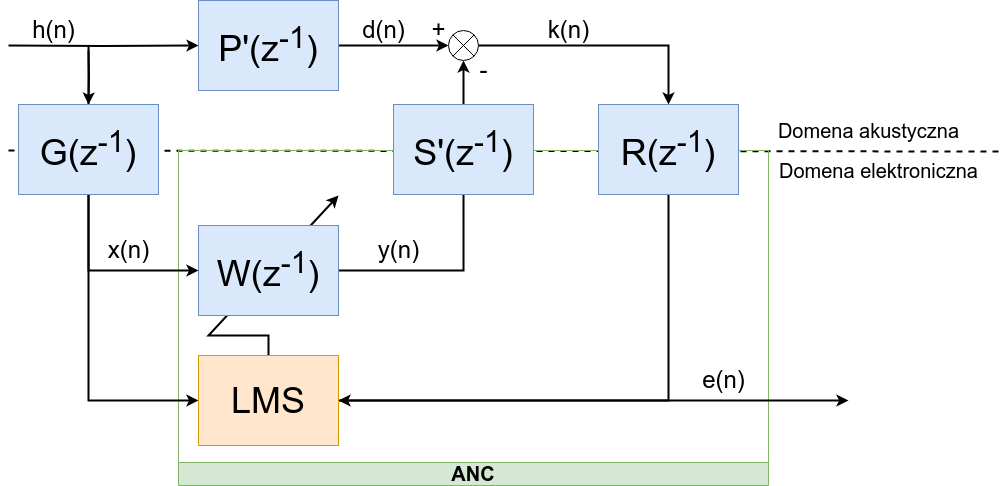
Earlier version of the draw.io export docs/polsl/thesis/graf/analysis/scheme_3.png (kopiecki/anc). Source tidied: cells renumbered, new cells last; positions are measured from the earlier drawing's top-left corner, leaving out a move shared by most shapes. Source of this version:
```xml
<mxGraphModel>
  <root>
    <mxCell id="0" />
    <mxCell id="1" parent="0" />
    <mxCell id="2" style="endArrow=none;dashed=1;html=1;strokeWidth=2;rounded=0;" parent="1" edge="1">
      <mxGeometry relative="1" as="geometry">
        <mxPoint y="150" as="sourcePoint" />
        <mxPoint x="990" y="151" as="targetPoint" />
      </mxGeometry>
    </mxCell>
    <mxCell id="3" value="&lt;font style=&quot;font-size: 20px;&quot;&gt;ANC&lt;/font&gt;" style="swimlane;whiteSpace=wrap;html=1;direction=west;fillColor=#d5e8d4;strokeColor=#82b366;" parent="1" vertex="1">
      <mxGeometry x="170" y="150" width="590" height="335" as="geometry" />
    </mxCell>
    <mxCell id="4" value="y(n)" style="text;html=1;align=center;verticalAlign=middle;strokeColor=none;fillColor=none;fontSize=24;" parent="3" vertex="1">
      <mxGeometry x="190" y="80" width="60" height="40" as="geometry" />
    </mxCell>
    <mxCell id="5" value="e(n)" style="text;html=1;align=center;verticalAlign=middle;strokeColor=none;fillColor=none;fontSize=24;" parent="3" vertex="1">
      <mxGeometry x="510" y="210" width="70" height="40" as="geometry" />
    </mxCell>
    <mxCell id="6" style="edgeStyle=orthogonalEdgeStyle;rounded=0;jettySize=auto;html=1;exitX=1;exitY=1;exitDx=0;exitDy=0;exitPerimeter=0;strokeWidth=2;entryX=0;entryY=0.5;entryDx=0;entryDy=0;" parent="1" edge="1" source="18" target="23">
      <mxGeometry relative="1" as="geometry">
        <Array as="points">
          <mxPoint x="80" y="400" />
        </Array>
      </mxGeometry>
    </mxCell>
    <mxCell id="7" style="endArrow=classic;html=1;rounded=0;exitX=0.5;exitY=0;exitDx=0;exitDy=0;strokeWidth=2;" parent="1" edge="1" source="23">
      <mxGeometry relative="1" as="geometry">
        <mxPoint x="330" y="195" as="targetPoint" />
        <Array as="points">
          <mxPoint x="260" y="335" />
          <mxPoint x="200" y="335" />
        </Array>
      </mxGeometry>
    </mxCell>
    <mxCell id="8" style="edgeStyle=orthogonalEdgeStyle;rounded=0;jettySize=auto;html=1;strokeWidth=2;" parent="1" edge="1" target="10">
      <mxGeometry relative="1" as="geometry">
        <mxPoint y="45" as="sourcePoint" />
      </mxGeometry>
    </mxCell>
    <mxCell id="9" style="edgeStyle=orthogonalEdgeStyle;rounded=0;jettySize=auto;html=1;entryX=0;entryY=0.5;entryDx=0;entryDy=0;strokeWidth=2;" parent="1" edge="1" source="10" target="15">
      <mxGeometry relative="1" as="geometry" />
    </mxCell>
    <mxCell id="10" value="P'(z&lt;sup&gt;-1&lt;/sup&gt;)" style="rounded=0;whiteSpace=wrap;html=1;fontSize=36;fillColor=#dae8fc;strokeColor=#6c8ebf;" parent="1" vertex="1">
      <mxGeometry x="190" width="140" height="90" as="geometry" />
    </mxCell>
    <mxCell id="11" style="edgeStyle=orthogonalEdgeStyle;rounded=0;jettySize=auto;html=1;strokeWidth=2;entryX=0.5;entryY=0;entryDx=0;entryDy=0;" parent="1" edge="1" target="31">
      <mxGeometry relative="1" as="geometry">
        <mxPoint x="80" y="46" as="sourcePoint" />
      </mxGeometry>
    </mxCell>
    <mxCell id="12" style="edgeStyle=orthogonalEdgeStyle;rounded=0;jettySize=auto;html=1;entryX=0.5;entryY=1;entryDx=0;entryDy=0;strokeWidth=2;" parent="1" edge="1" source="13" target="15">
      <mxGeometry relative="1" as="geometry" />
    </mxCell>
    <mxCell id="13" value="&lt;span style=&quot;font-weight: normal;&quot;&gt;W(z&lt;sup style=&quot;border-color: var(--border-color);&quot;&gt;-1&lt;/sup&gt;)&lt;/span&gt;" style="rounded=0;whiteSpace=wrap;html=1;fontSize=36;fontStyle=1;fillColor=#dae8fc;strokeColor=#6c8ebf;" parent="1" vertex="1">
      <mxGeometry x="190" y="225" width="140" height="90" as="geometry" />
    </mxCell>
    <mxCell id="14" style="group;" parent="1" vertex="1">
      <mxGeometry x="440" y="30" width="30" height="30" as="geometry" />
    </mxCell>
    <mxCell id="15" style="ellipse;whiteSpace=wrap;html=1;" parent="14" vertex="1">
      <mxGeometry width="30" height="30" as="geometry" />
    </mxCell>
    <mxCell id="16" style="endArrow=none;html=1;rounded=0;entryX=1;entryY=0;entryDx=0;entryDy=0;exitX=0;exitY=1;exitDx=0;exitDy=0;" parent="14" edge="1" source="15" target="15">
      <mxGeometry relative="1" as="geometry" />
    </mxCell>
    <mxCell id="17" style="endArrow=none;html=1;rounded=0;entryX=0;entryY=0;entryDx=0;entryDy=0;exitX=1;exitY=1;exitDx=0;exitDy=0;" parent="14" edge="1" source="15" target="15">
      <mxGeometry relative="1" as="geometry" />
    </mxCell>
    <mxCell id="18" value="h(n)" style="text;html=1;align=center;verticalAlign=middle;points=[];strokeColor=none;fillColor=none;fontSize=24;" parent="1" vertex="1">
      <mxGeometry x="10" y="10" width="70" height="40" as="geometry" />
    </mxCell>
    <mxCell id="19" value="d(n)" style="text;html=1;align=center;verticalAlign=middle;strokeColor=none;fillColor=none;fontSize=24;" parent="1" vertex="1">
      <mxGeometry x="340" y="10" width="70" height="40" as="geometry" />
    </mxCell>
    <mxCell id="20" value="-" style="text;html=1;align=center;verticalAlign=middle;strokeColor=none;fillColor=none;fontSize=24;" parent="1" vertex="1">
      <mxGeometry x="460" y="50" width="30" height="40" as="geometry" />
    </mxCell>
    <mxCell id="21" value="+" style="text;html=1;align=center;verticalAlign=middle;strokeColor=none;fillColor=none;fontSize=24;" parent="1" vertex="1">
      <mxGeometry x="410" y="10" width="40" height="40" as="geometry" />
    </mxCell>
    <mxCell id="22" style="edgeStyle=orthogonalEdgeStyle;rounded=0;jettySize=auto;html=1;strokeWidth=2;" parent="1" edge="1" source="23">
      <mxGeometry relative="1" as="geometry">
        <mxPoint x="840" y="400" as="targetPoint" />
      </mxGeometry>
    </mxCell>
    <mxCell id="23" value="&lt;p style=&quot;line-height: 25%;&quot;&gt;&lt;font style=&quot;font-size: 36px;&quot;&gt;LMS&lt;/font&gt;&lt;/p&gt;" style="rounded=0;whiteSpace=wrap;html=1;fontSize=36;fontStyle=0;fillColor=#ffe6cc;strokeColor=#d79b00;align=center;" parent="1" vertex="1">
      <mxGeometry x="190" y="355" width="140" height="90" as="geometry" />
    </mxCell>
    <mxCell id="24" value="&lt;font style=&quot;font-size: 20px;&quot;&gt;Domena akustyczna&lt;/font&gt;" style="text;html=1;align=center;verticalAlign=middle;strokeColor=none;fillColor=none;fontSize=24;" parent="1" vertex="1">
      <mxGeometry x="760" y="110" width="200" height="40" as="geometry" />
    </mxCell>
    <mxCell id="25" value="&lt;font style=&quot;font-size: 20px;&quot;&gt;Domena elektroniczna&lt;/font&gt;" style="text;html=1;align=center;verticalAlign=middle;strokeColor=none;fillColor=none;fontSize=24;" parent="1" vertex="1">
      <mxGeometry x="760" y="150" width="220" height="40" as="geometry" />
    </mxCell>
    <mxCell id="26" value="&lt;span style=&quot;font-weight: normal;&quot;&gt;S'(z&lt;sup style=&quot;border-color: var(--border-color);&quot;&gt;-1&lt;/sup&gt;)&lt;/span&gt;" style="rounded=0;whiteSpace=wrap;html=1;fontSize=36;fontStyle=1;fillColor=#dae8fc;strokeColor=#6c8ebf;" parent="1" vertex="1">
      <mxGeometry x="385" y="104" width="140" height="90" as="geometry" />
    </mxCell>
    <mxCell id="27" style="edgeStyle=orthogonalEdgeStyle;rounded=0;jettySize=auto;html=1;entryX=1;entryY=0.5;entryDx=0;entryDy=0;strokeWidth=2;" parent="1" edge="1" source="28" target="23">
      <mxGeometry relative="1" as="geometry">
        <Array as="points">
          <mxPoint x="660" y="400" />
        </Array>
      </mxGeometry>
    </mxCell>
    <mxCell id="28" value="&lt;span style=&quot;font-weight: normal;&quot;&gt;R(z&lt;sup style=&quot;border-color: var(--border-color);&quot;&gt;-1&lt;/sup&gt;)&lt;/span&gt;" style="rounded=0;whiteSpace=wrap;html=1;fontSize=36;fontStyle=1;fillColor=#dae8fc;strokeColor=#6c8ebf;" parent="1" vertex="1">
      <mxGeometry x="590" y="104" width="140" height="90" as="geometry" />
    </mxCell>
    <mxCell id="29" style="edgeStyle=orthogonalEdgeStyle;rounded=0;jettySize=auto;html=1;exitX=1;exitY=0.5;exitDx=0;exitDy=0;strokeWidth=2;" parent="1" edge="1" source="15" target="28">
      <mxGeometry relative="1" as="geometry">
        <Array as="points">
          <mxPoint x="660" y="45" />
        </Array>
      </mxGeometry>
    </mxCell>
    <mxCell id="30" style="edgeStyle=orthogonalEdgeStyle;rounded=0;jettySize=auto;html=1;entryX=0;entryY=0.5;entryDx=0;entryDy=0;strokeWidth=2;" parent="1" edge="1" source="31" target="13">
      <mxGeometry relative="1" as="geometry">
        <Array as="points">
          <mxPoint x="80" y="270" />
        </Array>
      </mxGeometry>
    </mxCell>
    <mxCell id="31" value="&lt;span style=&quot;font-weight: normal;&quot;&gt;G(z&lt;sup style=&quot;border-color: var(--border-color);&quot;&gt;-1&lt;/sup&gt;)&lt;/span&gt;" style="rounded=0;whiteSpace=wrap;html=1;fontSize=36;fontStyle=1;fillColor=#dae8fc;strokeColor=#6c8ebf;" parent="1" vertex="1">
      <mxGeometry x="10" y="104" width="140" height="90" as="geometry" />
    </mxCell>
    <mxCell id="32" value="x(n)" style="text;html=1;align=center;verticalAlign=middle;strokeColor=none;fillColor=none;fontSize=24;" parent="1" vertex="1">
      <mxGeometry x="90" y="230" width="60" height="40" as="geometry" />
    </mxCell>
    <mxCell id="33" value="k(n)" style="text;html=1;align=center;verticalAlign=middle;strokeColor=none;fillColor=none;fontSize=24;" parent="1" vertex="1">
      <mxGeometry x="530" y="10" width="60" height="40" as="geometry" />
    </mxCell>
  </root>
</mxGraphModel>
```
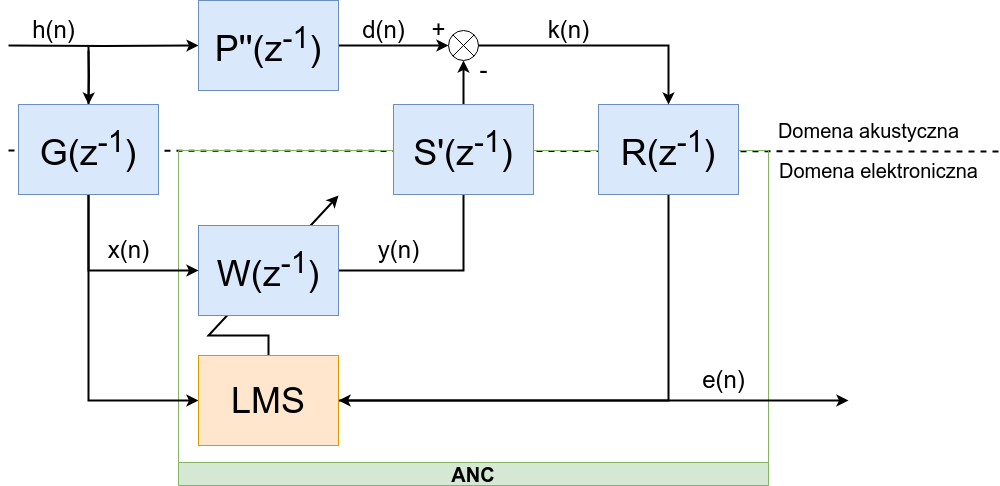
The same file after the commit.

Diff of the diagram source:
```diff
@@ -41,7 +41,7 @@
     <mxCell id="9" style="edgeStyle=orthogonalEdgeStyle;rounded=0;jettySize=auto;html=1;entryX=0;entryY=0.5;entryDx=0;entryDy=0;strokeWidth=2;" parent="1" edge="1" source="10" target="15">
       <mxGeometry relative="1" as="geometry" />
     </mxCell>
-    <mxCell id="10" value="P'(z&lt;sup&gt;-1&lt;/sup&gt;)" style="rounded=0;whiteSpace=wrap;html=1;fontSize=36;fillColor=#dae8fc;strokeColor=#6c8ebf;" parent="1" vertex="1">
+    <mxCell id="10" value="P''(z&lt;sup&gt;-1&lt;/sup&gt;)" style="rounded=0;whiteSpace=wrap;html=1;fontSize=36;fillColor=#dae8fc;strokeColor=#6c8ebf;" parent="1" vertex="1">
       <mxGeometry x="190" width="140" height="90" as="geometry" />
     </mxCell>
     <mxCell id="11" style="edgeStyle=orthogonalEdgeStyle;rounded=0;jettySize=auto;html=1;strokeWidth=2;entryX=0.5;entryY=0;entryDx=0;entryDy=0;" parent="1" edge="1" target="31">
```
